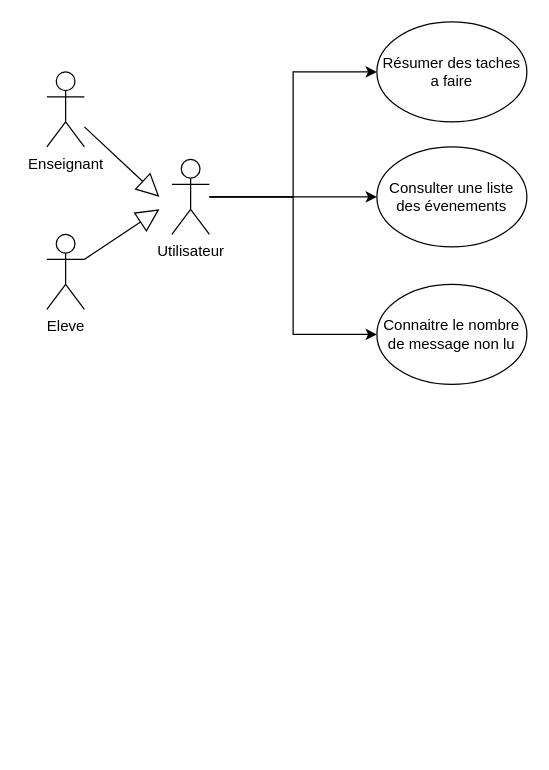
Before: page "Dashboard" (2 of 5) of Cas_d_utilisation.drawio in Willy-tec/WastiauxWilliam_10_19062021, a draw.io diagram. Source tidied: cells renumbered, new cells numbered last; positions are measured from the earlier drawing's top-left corner, leaving out a move shared by most shapes. Both pictures are drawn from the tidied source at 125%, with x=0, y=0 at pixel (46, 21).
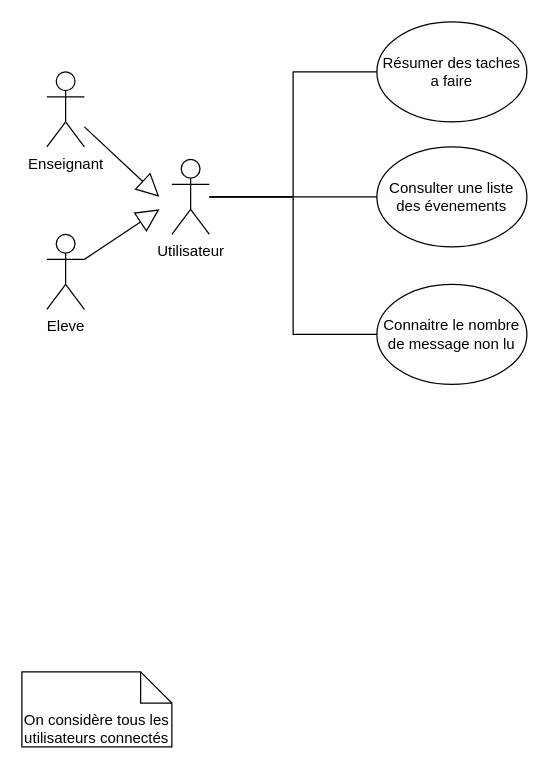
The same page after the edit.

The edit, as a diff of the source:
```diff
@@
 <mxGraphModel>
   <root>
     <mxCell id="0" />
     <mxCell id="1" parent="0" />
     <mxCell id="2" value="Résumer des taches a faire" style="ellipse;whiteSpace=wrap;html=1;" parent="1" vertex="1">
       <mxGeometry x="264" width="120" height="80" as="geometry" />
     </mxCell>
     <mxCell id="3" value="Consulter une liste des évenements" style="ellipse;whiteSpace=wrap;html=1;" parent="1" vertex="1">
       <mxGeometry x="264" y="100" width="120" height="80" as="geometry" />
     </mxCell>
     <mxCell id="4" value="Connaitre le nombre de message non lu" style="ellipse;whiteSpace=wrap;html=1;" parent="1" vertex="1">
       <mxGeometry x="264" y="210" width="120" height="80" as="geometry" />
     </mxCell>
-    <mxCell id="5" style="edgeStyle=orthogonalEdgeStyle;rounded=0;jumpSize=6;jettySize=auto;html=1;entryX=0;entryY=0.5;entryDx=0;entryDy=0;shadow=0;" parent="1" edge="1" source="8" target="3">
+    <mxCell id="5" style="edgeStyle=orthogonalEdgeStyle;rounded=0;jumpSize=6;jettySize=auto;html=1;entryX=0;entryY=0.5;entryDx=0;entryDy=0;shadow=0;endArrow=none;endFill=0;" parent="1" edge="1" source="8" target="3">
       <mxGeometry relative="1" as="geometry" />
     </mxCell>
-    <mxCell id="6" style="edgeStyle=orthogonalEdgeStyle;rounded=0;jumpSize=6;jettySize=auto;html=1;entryX=0;entryY=0.5;entryDx=0;entryDy=0;shadow=0;" parent="1" edge="1" source="8" target="2">
+    <mxCell id="6" style="edgeStyle=orthogonalEdgeStyle;rounded=0;jumpSize=6;jettySize=auto;html=1;entryX=0;entryY=0.5;entryDx=0;entryDy=0;shadow=0;endArrow=none;endFill=0;" parent="1" edge="1" source="8" target="2">
       <mxGeometry relative="1" as="geometry" />
     </mxCell>
-    <mxCell id="7" style="edgeStyle=orthogonalEdgeStyle;rounded=0;jumpSize=6;jettySize=auto;html=1;entryX=0;entryY=0.5;entryDx=0;entryDy=0;shadow=0;" parent="1" edge="1" source="8" target="4">
+    <mxCell id="7" style="edgeStyle=orthogonalEdgeStyle;rounded=0;jumpSize=6;jettySize=auto;html=1;entryX=0;entryY=0.5;entryDx=0;entryDy=0;shadow=0;endArrow=none;endFill=0;" parent="1" edge="1" source="8" target="4">
       <mxGeometry relative="1" as="geometry" />
     </mxCell>
     <mxCell id="8" value="Utilisateur" style="shape=umlActor;verticalLabelPosition=bottom;verticalAlign=top;html=1;outlineConnect=0;" parent="1" vertex="1">
       <mxGeometry x="100" y="110" width="30" height="60" as="geometry" />
     </mxCell>
     <mxCell id="9" value="Enseignant" style="shape=umlActor;verticalLabelPosition=bottom;verticalAlign=top;html=1;outlineConnect=0;" parent="1" vertex="1">
       <mxGeometry y="40" width="30" height="60" as="geometry" />
     </mxCell>
     <mxCell id="10" value="Eleve" style="shape=umlActor;verticalLabelPosition=bottom;verticalAlign=top;html=1;outlineConnect=0;" parent="1" vertex="1">
       <mxGeometry y="170" width="30" height="60" as="geometry" />
     </mxCell>
     <mxCell id="11" style="endArrow=block;endSize=16;endFill=0;html=1;shadow=0;" parent="1" edge="1" source="9">
       <mxGeometry relative="1" as="geometry">
         <mxPoint x="90" y="140" as="targetPoint" />
       </mxGeometry>
     </mxCell>
     <mxCell id="12" style="endArrow=block;endSize=16;endFill=0;html=1;shadow=0;" parent="1" edge="1" source="10">
       <mxGeometry relative="1" as="geometry">
         <mxPoint x="90" y="150" as="targetPoint" />
       </mxGeometry>
     </mxCell>
+    <mxCell id="13" value="On considère tous les utilisateurs connectés" style="shape=note2;boundedLbl=1;whiteSpace=wrap;html=1;size=25;verticalAlign=top;align=center;" parent="1" vertex="1">
+      <mxGeometry x="-20" y="520" width="120" height="60" as="geometry" />
+    </mxCell>
   </root>
 </mxGraphModel>
```
